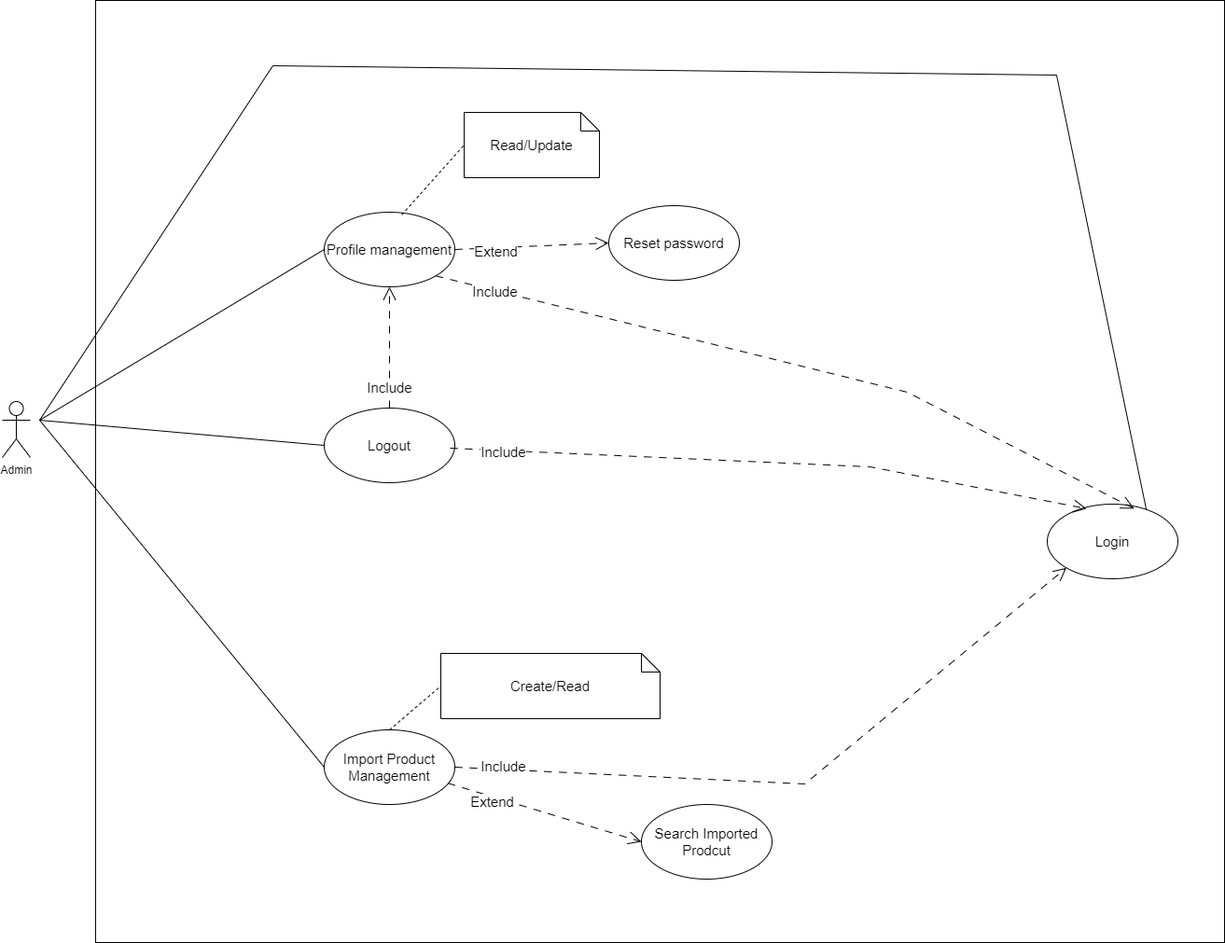
QuocZuong/perfume-store keeps this draw.io diagram as document/SDS/Use Case Diagram/Inventory_Manager_Use_Case_Diagram.drawio.png. Above is the earlier version. Source tidied: cells renumbered, new cells last; positions are measured from the earlier drawing's top-left corner, leaving out a move shared by most shapes.
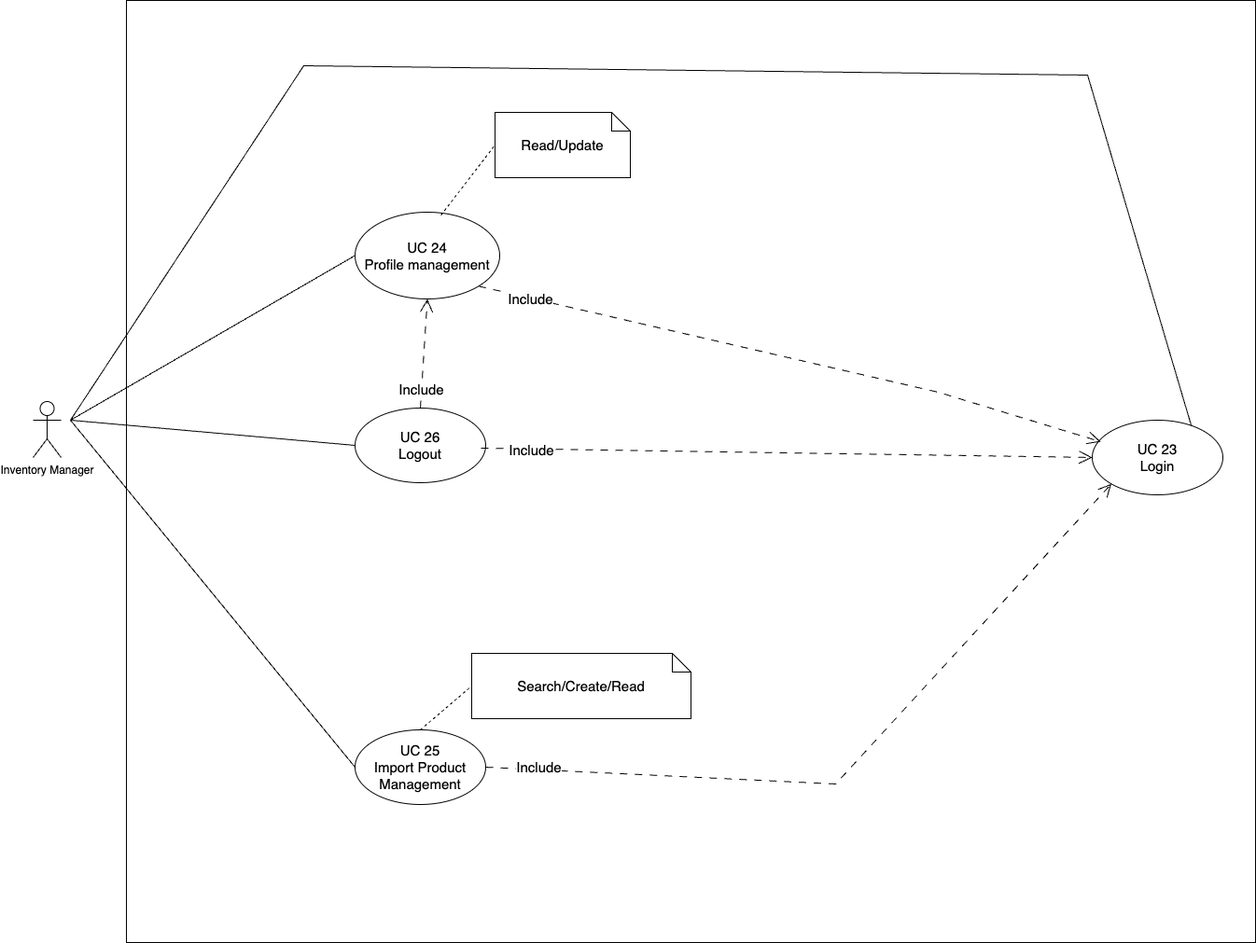
Above is the later version.

The edit, as a diff of the source:
```diff
@@ -2,27 +2,21 @@
   <root>
     <mxCell id="0" />
     <mxCell id="1" parent="0" />
-    <mxCell id="2" value="Admin" style="shape=umlActor;verticalLabelPosition=bottom;verticalAlign=top;html=1;" parent="1" vertex="1">
+    <mxCell id="2" value="Inventory Manager" style="shape=umlActor;verticalLabelPosition=bottom;verticalAlign=top;html=1;" parent="1" vertex="1">
       <mxGeometry y="430" width="30" height="60" as="geometry" />
     </mxCell>
     <mxCell id="3" style="rounded=0;whiteSpace=wrap;html=1;" parent="1" vertex="1">
       <mxGeometry x="100" width="1210" height="1010" as="geometry" />
     </mxCell>
-    <mxCell id="4" value="Login" style="ellipse;whiteSpace=wrap;html=1;fontSize=15;" parent="1" vertex="1">
-      <mxGeometry x="1120" y="540" width="140" height="80" as="geometry" />
+    <mxCell id="4" value="UC 23&lt;br&gt;Login" style="ellipse;whiteSpace=wrap;html=1;fontSize=15;" parent="1" vertex="1">
+      <mxGeometry x="1135" y="450" width="140" height="80" as="geometry" />
     </mxCell>
-    <mxCell id="5" value="Profile management" style="ellipse;whiteSpace=wrap;html=1;fontSize=15;" parent="1" vertex="1">
-      <mxGeometry x="345" y="227" width="140" height="80" as="geometry" />
+    <mxCell id="5" value="UC 24&lt;br&gt;Profile management" style="ellipse;whiteSpace=wrap;html=1;fontSize=15;" parent="1" vertex="1">
+      <mxGeometry x="345" y="227" width="155" height="93" as="geometry" />
     </mxCell>
-    <mxCell id="6" value="Reset password" style="ellipse;whiteSpace=wrap;html=1;fontSize=15;" parent="1" vertex="1">
-      <mxGeometry x="650" y="220" width="140" height="80" as="geometry" />
-    </mxCell>
-    <mxCell id="7" value="Logout" style="ellipse;whiteSpace=wrap;html=1;fontSize=15;" parent="1" vertex="1">
+    <mxCell id="7" value="UC 26&lt;br&gt;Logout" style="ellipse;whiteSpace=wrap;html=1;fontSize=15;" parent="1" vertex="1">
       <mxGeometry x="345" y="437" width="140" height="80" as="geometry" />
     </mxCell>
-    <mxCell id="8" value="Extend" style="endArrow=open;html=1;rounded=0;endFill=0;endSize=12;dashed=1;dashPattern=8 8;entryX=0;entryY=0.5;entryDx=0;entryDy=0;exitX=1;exitY=0.5;exitDx=0;exitDy=0;fontSize=15;" parent="1" edge="1" source="5" target="6">
-      <mxGeometry x="-0.47" y="-4" relative="1" as="geometry" />
-    </mxCell>
     <mxCell id="9" value="Include" style="endArrow=open;html=1;rounded=0;endFill=0;endSize=12;dashed=1;dashPattern=8 8;exitX=0.5;exitY=0;exitDx=0;exitDy=0;entryX=0.5;entryY=1;entryDx=0;entryDy=0;fontSize=15;" parent="1" edge="1" source="7" target="5">
       <mxGeometry x="-0.66" relative="1" as="geometry" />
     </mxCell>
@@ -32,7 +26,7 @@
     <mxCell id="11" style="endArrow=none;dashed=1;html=1;rounded=0;exitX=0.594;exitY=0.035;exitDx=0;exitDy=0;entryX=0;entryY=0.5;entryDx=0;entryDy=0;entryPerimeter=0;exitPerimeter=0;" parent="1" edge="1" source="5" target="10">
       <mxGeometry relative="1" as="geometry" />
     </mxCell>
-    <mxCell id="12" value="Import Product Management" style="ellipse;whiteSpace=wrap;html=1;fontSize=15;" parent="1" vertex="1">
+    <mxCell id="12" value="UC 25&lt;br&gt;Import Product Management" style="ellipse;whiteSpace=wrap;html=1;fontSize=15;" parent="1" vertex="1">
       <mxGeometry x="345" y="782" width="140" height="80" as="geometry" />
     </mxCell>
     <mxCell id="13" style="endArrow=none;html=1;rounded=0;entryX=0;entryY=0.5;entryDx=0;entryDy=0;" parent="1" edge="1" target="12">
@@ -47,12 +41,6 @@
         </Array>
       </mxGeometry>
     </mxCell>
-    <mxCell id="15" value="Search Imported Prodcut" style="ellipse;whiteSpace=wrap;html=1;fontSize=15;" parent="1" vertex="1">
-      <mxGeometry x="685" y="862" width="140" height="80" as="geometry" />
-    </mxCell>
-    <mxCell id="16" value="Extend" style="endArrow=open;html=1;rounded=0;endFill=0;endSize=12;dashed=1;dashPattern=8 8;entryX=0;entryY=0.5;entryDx=0;entryDy=0;fontSize=15;exitX=0.947;exitY=0.715;exitDx=0;exitDy=0;exitPerimeter=0;" parent="1" edge="1" source="12" target="15">
-      <mxGeometry x="-0.53" y="-5" relative="1" as="geometry" />
-    </mxCell>
     <mxCell id="17" style="endArrow=none;html=1;rounded=0;entryX=0;entryY=0.5;entryDx=0;entryDy=0;" parent="1" edge="1" target="5">
       <mxGeometry relative="1" as="geometry">
         <mxPoint x="40" y="450" as="sourcePoint" />
@@ -63,7 +51,7 @@
         <mxPoint x="40" y="450" as="sourcePoint" />
       </mxGeometry>
     </mxCell>
-    <mxCell id="19" value="Include" style="endArrow=open;html=1;rounded=0;endFill=0;endSize=12;dashed=1;dashPattern=8 8;exitX=1;exitY=1;exitDx=0;exitDy=0;fontSize=15;entryX=0.666;entryY=0.061;entryDx=0;entryDy=0;entryPerimeter=0;" parent="1" edge="1" source="5" target="4">
+    <mxCell id="19" value="Include" style="endArrow=open;html=1;rounded=0;endFill=0;endSize=12;dashed=1;dashPattern=8 8;exitX=1;exitY=1;exitDx=0;exitDy=0;fontSize=15;entryX=0.064;entryY=0.288;entryDx=0;entryDy=0;entryPerimeter=0;" parent="1" edge="1" source="5" target="4">
       <mxGeometry x="-0.83" y="-1" relative="1" as="geometry">
         <Array as="points">
           <mxPoint x="970" y="420" />
@@ -71,12 +59,9 @@
         <mxPoint x="-1" as="offset" />
       </mxGeometry>
     </mxCell>
-    <mxCell id="20" value="Include" style="endArrow=open;html=1;rounded=0;endFill=0;endSize=12;dashed=1;dashPattern=8 8;fontSize=15;entryX=0.301;entryY=0.061;entryDx=0;entryDy=0;entryPerimeter=0;" parent="1" edge="1" target="4">
+    <mxCell id="20" value="Include" style="endArrow=open;html=1;rounded=0;endFill=0;endSize=12;dashed=1;dashPattern=8 8;fontSize=15;entryX=0;entryY=0.5;entryDx=0;entryDy=0;" parent="1" edge="1" target="4">
       <mxGeometry x="-0.83" y="-1" relative="1" as="geometry">
         <mxPoint x="480" y="480" as="sourcePoint" />
-        <Array as="points">
-          <mxPoint x="930" y="500" />
-        </Array>
         <mxPoint x="-1" as="offset" />
       </mxGeometry>
     </mxCell>
@@ -89,7 +74,7 @@
         </Array>
       </mxGeometry>
     </mxCell>
-    <mxCell id="22" value="Create/Read" style="shape=note;size=20;whiteSpace=wrap;html=1;fontSize=15;" parent="1" vertex="1">
+    <mxCell id="22" value="Search/Create/Read" style="shape=note;size=20;whiteSpace=wrap;html=1;fontSize=15;" parent="1" vertex="1">
       <mxGeometry x="470" y="700" width="235" height="70" as="geometry" />
     </mxCell>
     <mxCell id="23" style="endArrow=none;dashed=1;html=1;rounded=0;entryX=0;entryY=0.5;entryDx=0;entryDy=0;entryPerimeter=0;exitX=0.5;exitY=0;exitDx=0;exitDy=0;" parent="1" edge="1" source="12" target="22">
```
